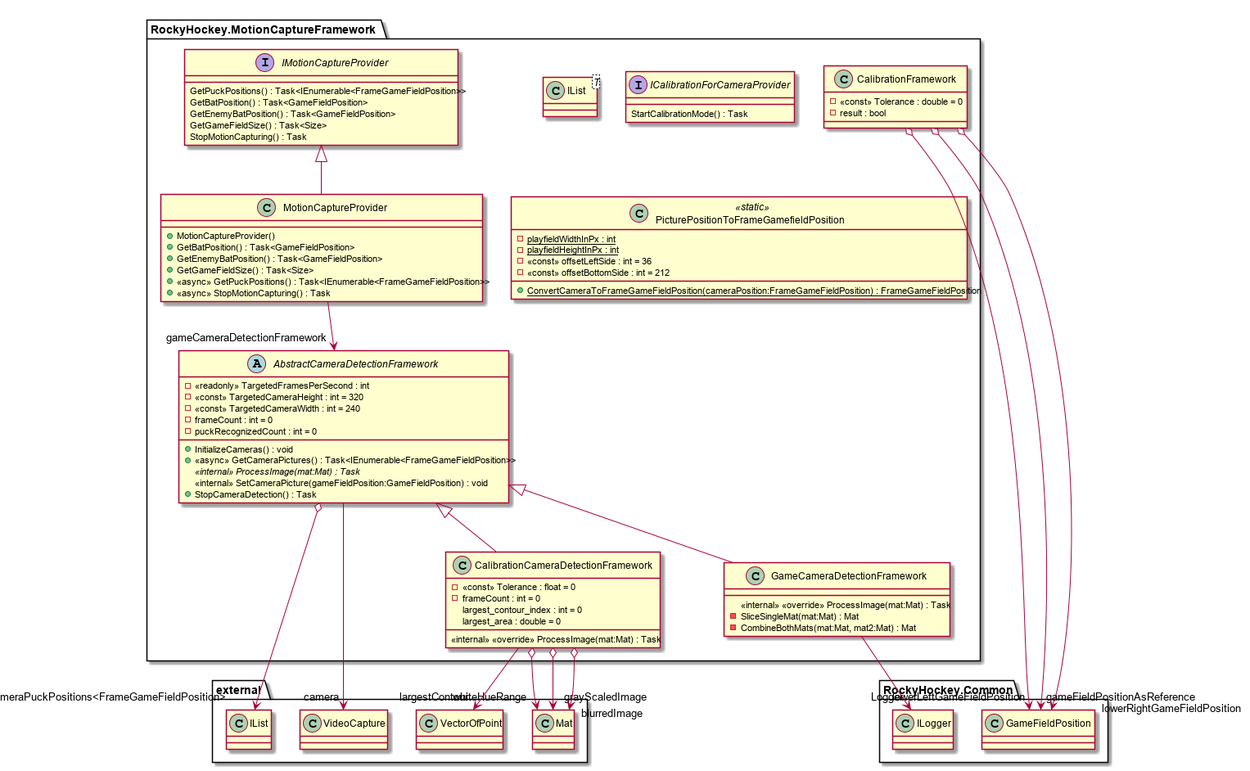
R-Studios/Rocky-Hockey-IV keeps this PlantUML diagram as diagrams/RockyHockey.MotionCaptureFramework.png. Above is the earlier version. The source it was exported from:
```plantuml
@startuml
namespace RockyHockey.MotionCaptureFramework {
	abstract class AbstractCameraDetectionFramework {
	    - <<readonly>> TargetedFramesPerSecond : int
	    - <<const>> TargetedCameraHeight : int = 320
	    - <<const>> TargetedCameraWidth : int = 240
	    - frameCount : int = 0
	    - puckRecognizedCount : int = 0
	    + InitializeCameras() : void
	    + <<async>> GetCameraPictures() : Task<IEnumerable<FrameGameFieldPosition>>
	    <<internal>> {abstract} ProcessImage(mat:Mat) : Task
	    <<internal>> SetCameraPicture(gameFieldPosition:GameFieldPosition) : void
	    + StopCameraDetection() : Task
	}
	class IList<T> {
	}
	RockyHockey.MotionCaptureFramework.AbstractCameraDetectionFramework --> "camera" external.VideoCapture
	RockyHockey.MotionCaptureFramework.AbstractCameraDetectionFramework o-> "cameraPuckPositions<FrameGameFieldPosition>" external.IList
}
namespace RockyHockey.MotionCaptureFramework {
	class CalibrationCameraDetectionFramework {
	    - <<const>> Tolerance : float = 0
	    - frameCount : int = 0
	    largest_contour_index : int = 0
	    largest_area : double = 0
	    <<internal>> <<override>> ProcessImage(mat:Mat) : Task
	}
	RockyHockey.MotionCaptureFramework.AbstractCameraDetectionFramework <|-- CalibrationCameraDetectionFramework
	CalibrationCameraDetectionFramework o-> "whiteHueRange" external.Mat
	CalibrationCameraDetectionFramework o-> "grayScaledImage" external.Mat
	CalibrationCameraDetectionFramework o-> "blurredImage" external.Mat
	CalibrationCameraDetectionFramework --> "largestContour" external.VectorOfPoint
}
namespace RockyHockey.MotionCaptureFramework {
	class CalibrationFramework {
	    - <<const>> Tolerance : double = 0
	    - result : bool
	}
	CalibrationFramework o-> "gameFieldPositionAsReference" RockyHockey.Common.GameFieldPosition
	CalibrationFramework o-> "lowerLeftGameFieldPosition" RockyHockey.Common.GameFieldPosition
	CalibrationFramework o-> "lowerRightGameFieldPosition" RockyHockey.Common.GameFieldPosition
}
namespace RockyHockey.MotionCaptureFramework {
	class GameCameraDetectionFramework {
	    <<internal>> <<override>> ProcessImage(mat:Mat) : Task
	    - SliceSingleMat(mat:Mat) : Mat
	    - CombineBothMats(mat:Mat, mat2:Mat) : Mat
	}
	RockyHockey.MotionCaptureFramework.AbstractCameraDetectionFramework <|-- GameCameraDetectionFramework
	GameCameraDetectionFramework --> "Logger" RockyHockey.Common.ILogger
}
namespace RockyHockey.MotionCaptureFramework {
	interface ICalibrationForCameraProvider {
	    StartCalibrationMode() : Task
	}
}
namespace RockyHockey.MotionCaptureFramework {
	interface IMotionCaptureProvider {
	    GetPuckPositions() : Task<IEnumerable<FrameGameFieldPosition>>
	    GetBatPosition() : Task<GameFieldPosition>
	    GetEnemyBatPosition() : Task<GameFieldPosition>
	    GetGameFieldSize() : Task<Size>
	    StopMotionCapturing() : Task
	}
}
namespace RockyHockey.MotionCaptureFramework {
	class MotionCaptureProvider {
	    + MotionCaptureProvider()
	    + GetBatPosition() : Task<GameFieldPosition>
	    + GetEnemyBatPosition() : Task<GameFieldPosition>
	    + GetGameFieldSize() : Task<Size>
	    + <<async>> GetPuckPositions() : Task<IEnumerable<FrameGameFieldPosition>>
	    + <<async>> StopMotionCapturing() : Task
	}
	RockyHockey.MotionCaptureFramework.IMotionCaptureProvider <|-- MotionCaptureProvider
	MotionCaptureProvider --> "gameCameraDetectionFramework" RockyHockey.MotionCaptureFramework.AbstractCameraDetectionFramework
}
namespace RockyHockey.MotionCaptureFramework {
	class PicturePositionToFrameGamefieldPosition <<static>> {
	    - {static} playfieldWidthInPx : int
	    - {static} playfieldHeightInPx : int
	    - <<const>> offsetLeftSide : int = 36
	    - <<const>> offsetBottomSide : int = 212
	    + {static} ConvertCameraToFrameGameFieldPosition(cameraPosition:FrameGameFieldPosition) : FrameGameFieldPosition
	}
}
@enduml
```
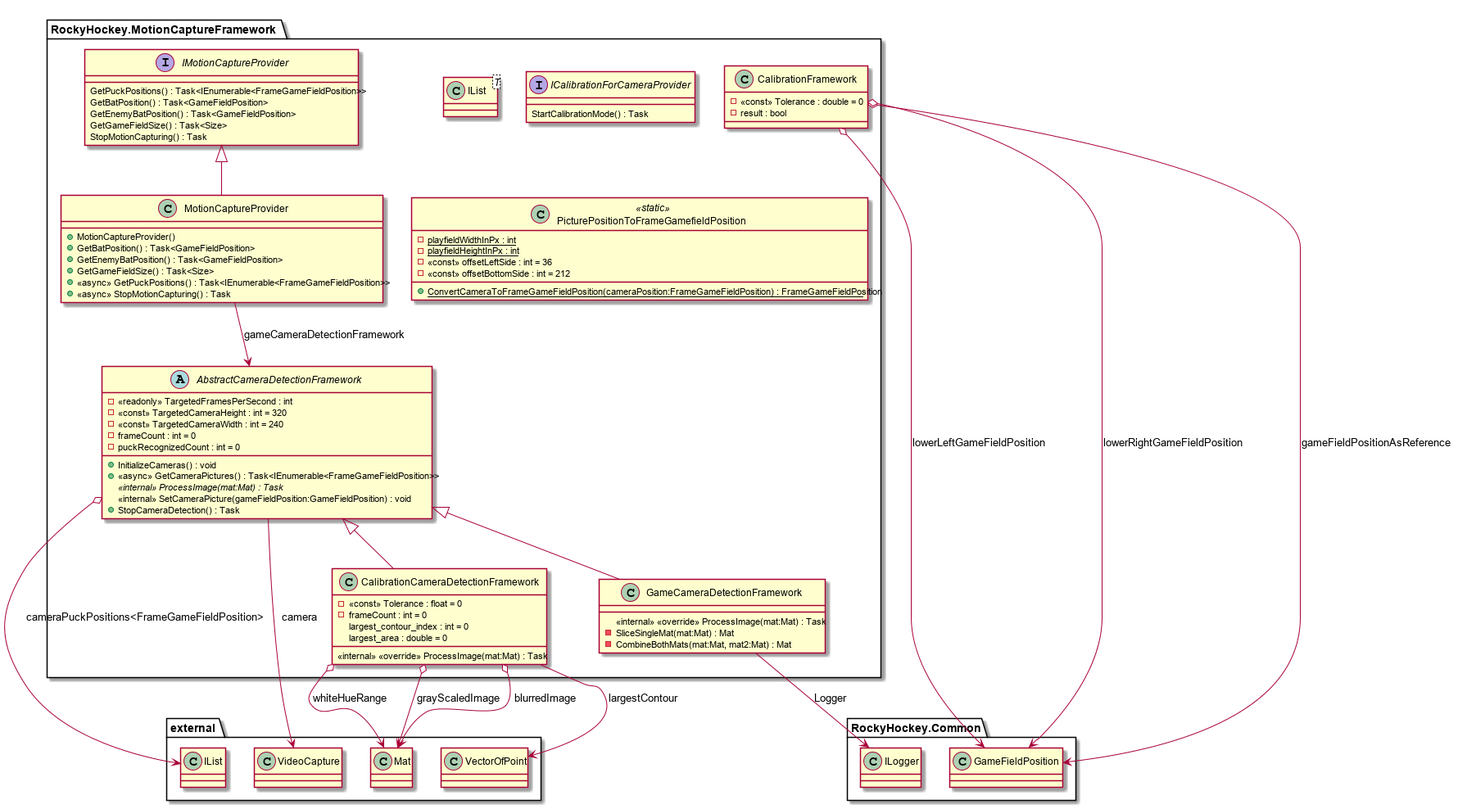
Above is the later version.

What changed in the source:
```diff
@@ -14,8 +14,8 @@
 	}
 	class IList<T> {
 	}
-	RockyHockey.MotionCaptureFramework.AbstractCameraDetectionFramework --> "camera" external.VideoCapture
-	RockyHockey.MotionCaptureFramework.AbstractCameraDetectionFramework o-> "cameraPuckPositions<FrameGameFieldPosition>" external.IList
+	RockyHockey.MotionCaptureFramework.AbstractCameraDetectionFramework --> external.VideoCapture : camera
+	RockyHockey.MotionCaptureFramework.AbstractCameraDetectionFramework o-> external.IList : cameraPuckPositions<FrameGameFieldPosition>
 }
 namespace RockyHockey.MotionCaptureFramework {
 	class CalibrationCameraDetectionFramework {
@@ -26,19 +26,19 @@
 	    <<internal>> <<override>> ProcessImage(mat:Mat) : Task
 	}
 	RockyHockey.MotionCaptureFramework.AbstractCameraDetectionFramework <|-- CalibrationCameraDetectionFramework
-	CalibrationCameraDetectionFramework o-> "whiteHueRange" external.Mat
-	CalibrationCameraDetectionFramework o-> "grayScaledImage" external.Mat
-	CalibrationCameraDetectionFramework o-> "blurredImage" external.Mat
-	CalibrationCameraDetectionFramework --> "largestContour" external.VectorOfPoint
+	CalibrationCameraDetectionFramework o-> external.Mat : whiteHueRange
+	CalibrationCameraDetectionFramework o-> external.Mat : grayScaledImage
+	CalibrationCameraDetectionFramework o-> external.Mat : blurredImage
+	CalibrationCameraDetectionFramework --> external.VectorOfPoint : largestContour
 }
 namespace RockyHockey.MotionCaptureFramework {
 	class CalibrationFramework {
 	    - <<const>> Tolerance : double = 0
 	    - result : bool
 	}
-	CalibrationFramework o-> "gameFieldPositionAsReference" RockyHockey.Common.GameFieldPosition
-	CalibrationFramework o-> "lowerLeftGameFieldPosition" RockyHockey.Common.GameFieldPosition
-	CalibrationFramework o-> "lowerRightGameFieldPosition" RockyHockey.Common.GameFieldPosition
+	CalibrationFramework o-> RockyHockey.Common.GameFieldPosition : gameFieldPositionAsReference
+	CalibrationFramework o-> RockyHockey.Common.GameFieldPosition : lowerLeftGameFieldPosition
+	CalibrationFramework o-> RockyHockey.Common.GameFieldPosition : lowerRightGameFieldPosition
 }
 namespace RockyHockey.MotionCaptureFramework {
 	class GameCameraDetectionFramework {
@@ -47,7 +47,7 @@
 	    - CombineBothMats(mat:Mat, mat2:Mat) : Mat
 	}
 	RockyHockey.MotionCaptureFramework.AbstractCameraDetectionFramework <|-- GameCameraDetectionFramework
-	GameCameraDetectionFramework --> "Logger" RockyHockey.Common.ILogger
+	GameCameraDetectionFramework --> RockyHockey.Common.ILogger : Logger
 }
 namespace RockyHockey.MotionCaptureFramework {
 	interface ICalibrationForCameraProvider {
@@ -73,7 +73,7 @@
 	    + <<async>> StopMotionCapturing() : Task
 	}
 	RockyHockey.MotionCaptureFramework.IMotionCaptureProvider <|-- MotionCaptureProvider
-	MotionCaptureProvider --> "gameCameraDetectionFramework" RockyHockey.MotionCaptureFramework.AbstractCameraDetectionFramework
+	MotionCaptureProvider --> RockyHockey.MotionCaptureFramework.AbstractCameraDetectionFramework : gameCameraDetectionFramework
 }
 namespace RockyHockey.MotionCaptureFramework {
 	class PicturePositionToFrameGamefieldPosition <<static>> {
```
